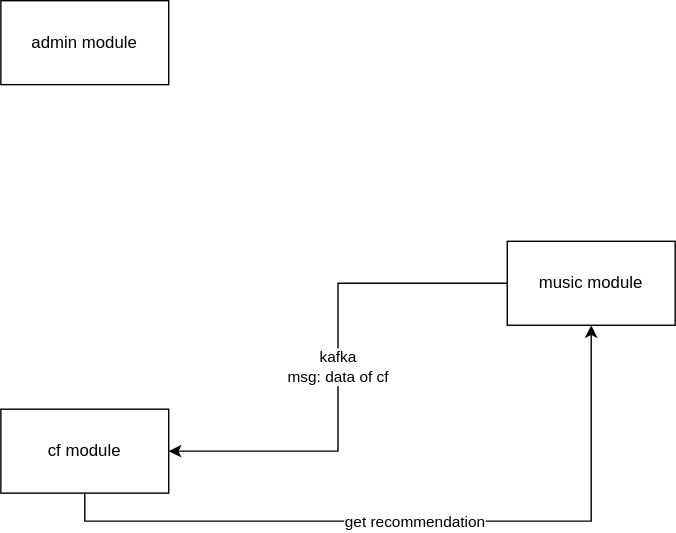
This is diagrams/Frame.svg from Jmingx/jming-music-recommendation, a draw.io export, as it was before one commit. Source tidied: cells renumbered, new cells last; positions are measured from the earlier drawing's top-left corner, leaving out a move shared by most shapes. Source of this version:
```xml
<mxGraphModel>
  <root>
    <mxCell id="0" />
    <mxCell id="1" parent="0" />
    <mxCell id="2" value="admin module" style="rounded=0;whiteSpace=wrap;html=1;" parent="1" vertex="1">
      <mxGeometry width="120" height="60" as="geometry" />
    </mxCell>
    <mxCell id="3" value="kafka&lt;br&gt;msg: data of cf" style="edgeStyle=orthogonalEdgeStyle;rounded=0;jettySize=auto;html=1;entryX=1;entryY=0.5;entryDx=0;entryDy=0;" parent="1" edge="1" source="4" target="7">
      <mxGeometry relative="1" as="geometry" />
    </mxCell>
    <mxCell id="4" value="music module" style="rounded=0;whiteSpace=wrap;html=1;" parent="1" vertex="1">
      <mxGeometry x="362" y="172" width="120" height="60" as="geometry" />
    </mxCell>
    <mxCell id="5" style="edgeStyle=orthogonalEdgeStyle;rounded=0;jettySize=auto;html=1;entryX=0.5;entryY=1;entryDx=0;entryDy=0;exitX=0.5;exitY=1;exitDx=0;exitDy=0;" parent="1" edge="1" source="7" target="4">
      <mxGeometry relative="1" as="geometry" />
    </mxCell>
    <mxCell id="6" value="get recommendation" style="edgeLabel;html=1;align=center;verticalAlign=middle;" parent="5" vertex="1">
      <mxGeometry x="-0.02" relative="1" as="geometry" />
    </mxCell>
    <mxCell id="7" value="cf module" style="rounded=0;whiteSpace=wrap;html=1;" parent="1" vertex="1">
      <mxGeometry y="292" width="120" height="60" as="geometry" />
    </mxCell>
  </root>
</mxGraphModel>
```
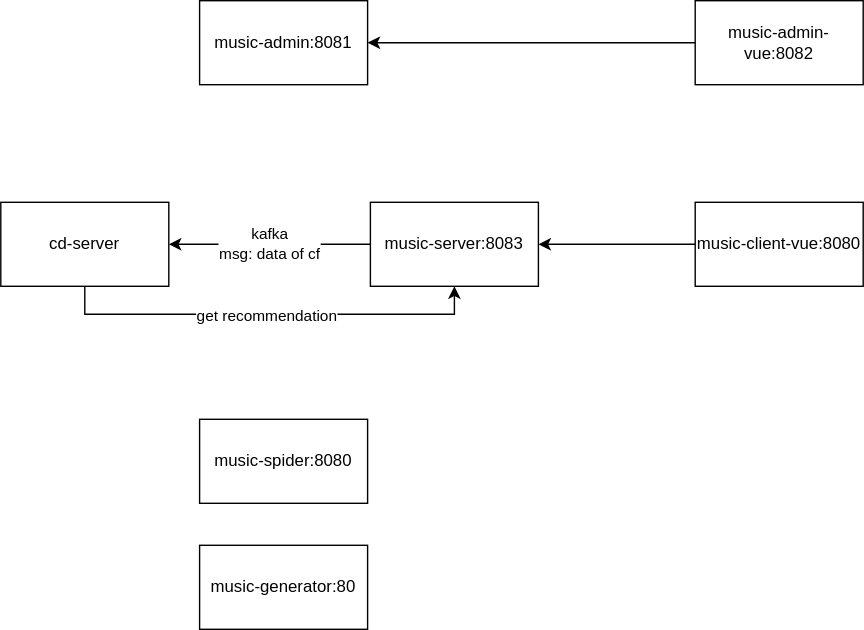
The same file after the commit.

Diff of the diagram source:
```diff
@@ -2,14 +2,14 @@
   <root>
     <mxCell id="0" />
     <mxCell id="1" parent="0" />
-    <mxCell id="2" value="admin module" style="rounded=0;whiteSpace=wrap;html=1;" parent="1" vertex="1">
-      <mxGeometry width="120" height="60" as="geometry" />
+    <mxCell id="2" value="music-admin:8081" style="rounded=0;whiteSpace=wrap;html=1;" parent="1" vertex="1">
+      <mxGeometry x="137" y="69" width="120" height="60" as="geometry" />
     </mxCell>
     <mxCell id="3" value="kafka&lt;br&gt;msg: data of cf" style="edgeStyle=orthogonalEdgeStyle;rounded=0;jettySize=auto;html=1;entryX=1;entryY=0.5;entryDx=0;entryDy=0;" parent="1" edge="1" source="4" target="7">
       <mxGeometry relative="1" as="geometry" />
     </mxCell>
-    <mxCell id="4" value="music module" style="rounded=0;whiteSpace=wrap;html=1;" parent="1" vertex="1">
-      <mxGeometry x="362" y="172" width="120" height="60" as="geometry" />
+    <mxCell id="4" value="music-server:8083" style="rounded=0;whiteSpace=wrap;html=1;" parent="1" vertex="1">
+      <mxGeometry x="259" y="213" width="120" height="60" as="geometry" />
     </mxCell>
     <mxCell id="5" style="edgeStyle=orthogonalEdgeStyle;rounded=0;jettySize=auto;html=1;entryX=0.5;entryY=1;entryDx=0;entryDy=0;exitX=0.5;exitY=1;exitDx=0;exitDy=0;" parent="1" edge="1" source="7" target="4">
       <mxGeometry relative="1" as="geometry" />
@@ -17,8 +17,26 @@
     <mxCell id="6" value="get recommendation" style="edgeLabel;html=1;align=center;verticalAlign=middle;" parent="5" vertex="1">
       <mxGeometry x="-0.02" relative="1" as="geometry" />
     </mxCell>
-    <mxCell id="7" value="cf module" style="rounded=0;whiteSpace=wrap;html=1;" parent="1" vertex="1">
-      <mxGeometry y="292" width="120" height="60" as="geometry" />
+    <mxCell id="7" value="cd-server" style="rounded=0;whiteSpace=wrap;html=1;" parent="1" vertex="1">
+      <mxGeometry x="-5" y="213" width="120" height="60" as="geometry" />
     </mxCell>
+    <mxCell id="8" style="edgeStyle=orthogonalEdgeStyle;rounded=0;jettySize=auto;html=1;" parent="1" edge="1" source="9" target="2">
+      <mxGeometry relative="1" as="geometry" />
+    </mxCell>
+    <mxCell id="9" value="music-admin-vue:8082" style="rounded=0;whiteSpace=wrap;html=1;" parent="1" vertex="1">
+      <mxGeometry x="491" y="69" width="120" height="60" as="geometry" />
+    </mxCell>
+    <mxCell id="10" style="edgeStyle=orthogonalEdgeStyle;rounded=0;jettySize=auto;html=1;entryX=1;entryY=0.5;entryDx=0;entryDy=0;" parent="1" edge="1" source="11" target="4">
+      <mxGeometry relative="1" as="geometry" />
+    </mxCell>
+    <mxCell id="11" value="music-client-vue:8080" style="rounded=0;whiteSpace=wrap;html=1;" parent="1" vertex="1">
+      <mxGeometry x="491" y="213" width="120" height="60" as="geometry" />
+    </mxCell>
+    <mxCell id="12" value="music-spider:8080" style="rounded=0;whiteSpace=wrap;html=1;" parent="1" vertex="1">
+      <mxGeometry x="137" y="368" width="120" height="60" as="geometry" />
+    </mxCell>
+    <mxCell id="13" value="music-generator:80" style="rounded=0;whiteSpace=wrap;html=1;" parent="1" vertex="1">
+      <mxGeometry x="137" y="458" width="120" height="60" as="geometry" />
+    </mxCell>
   </root>
 </mxGraphModel>
```
